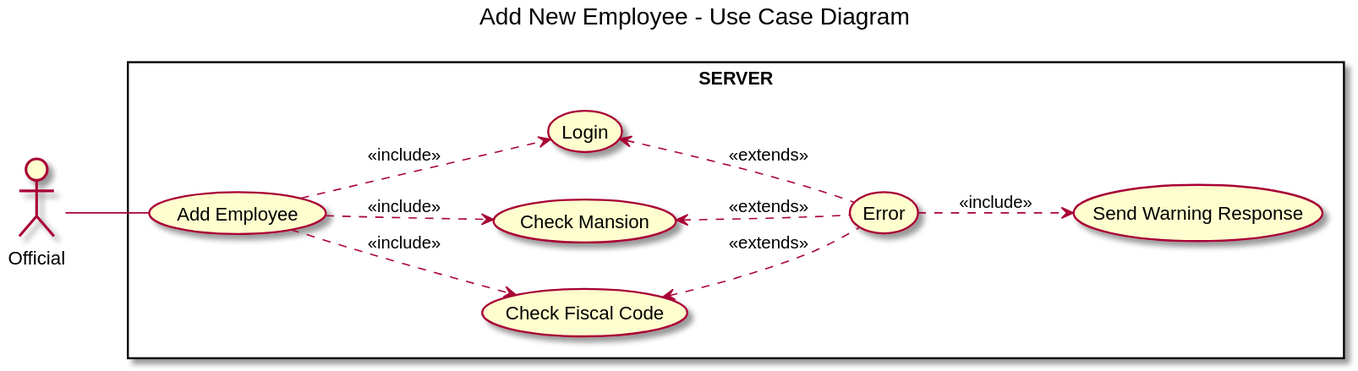
Before: Assegnamento3/src/main/resources/Add_Employee_Use_Case.svg, a diagram exported from PlantUML (danielepelleg/software_engineering).
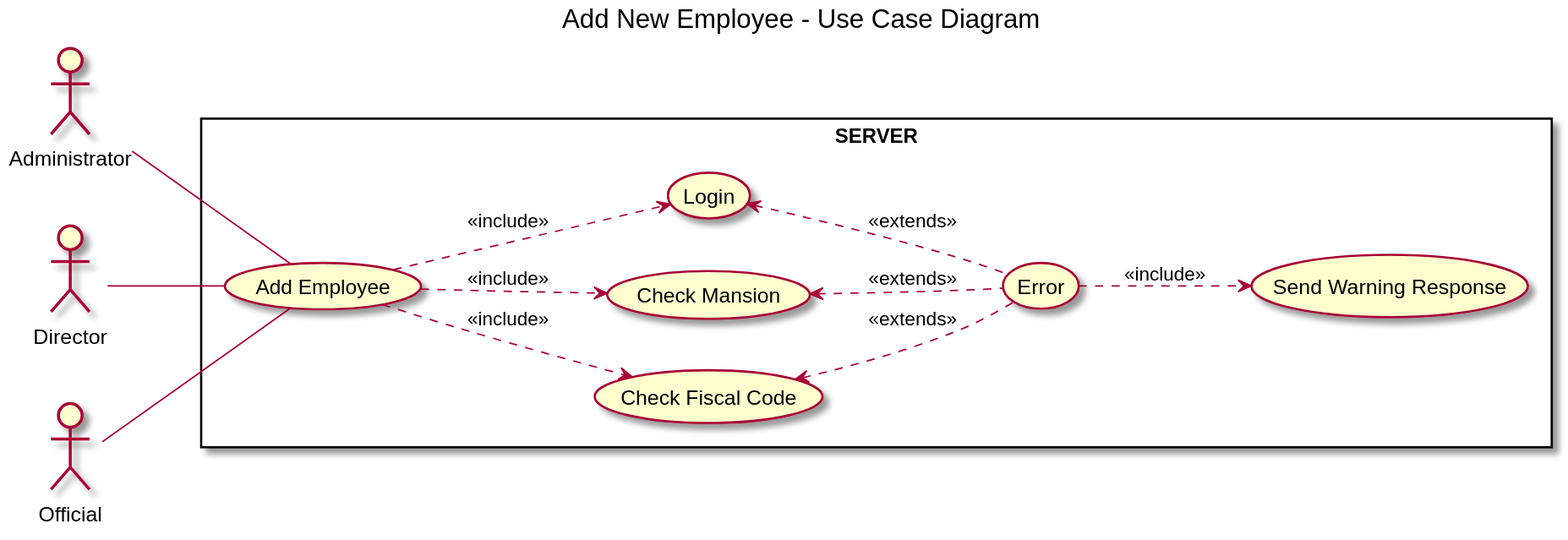
Later version of the same file.

What changed in the source:
```diff
@@ -3,9 +3,13 @@
 
 left to right direction
 
+actor Administrator
+actor Director
 actor Official
 
 rectangle SERVER{
+    Director -- (Add Employee)
+    Administrator -- (Add Employee)
     Official -- (Add Employee)
     (Add Employee) ..> (Check Fiscal Code) : <<include>>
     (Add Employee) ..> (Check Mansion) : <<include>>
```
